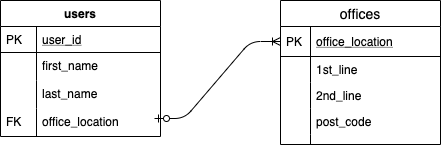
stevenj2019/QA_Flask_Project keeps this draw.io diagram as Documentation_rss/ERD.png. Above is the earlier version. Source tidied: cells renumbered, new cells last; positions are measured from the earlier drawing's top-left corner, leaving out a move shared by most shapes. Its diagram source:
```xml
<mxGraphModel>
  <root>
    <mxCell id="0" />
    <mxCell id="1" parent="0" />
    <mxCell id="2" value="users" style="swimlane;fontStyle=1;horizontal=1;startSize=26;rounded=0;shadow=0;strokeWidth=1;" parent="1" vertex="1">
      <mxGeometry width="160" height="136" as="geometry" />
    </mxCell>
    <mxCell id="3" value="user_id" style="shape=partialRectangle;top=0;left=0;right=0;bottom=1;align=left;verticalAlign=top;fillColor=none;spacingLeft=40;spacingRight=4;overflow=hidden;rounded=0;shadow=0;strokeWidth=1;fontStyle=4;" parent="2" vertex="1">
      <mxGeometry y="26" width="160" height="26" as="geometry" />
    </mxCell>
    <mxCell id="4" value="PK" style="shape=partialRectangle;top=0;left=0;bottom=0;fillColor=none;align=left;verticalAlign=top;spacingLeft=4;spacingRight=4;overflow=hidden;" parent="3" vertex="1">
      <mxGeometry width="36" height="26" as="geometry" />
    </mxCell>
    <mxCell id="5" value="first_name" style="shape=partialRectangle;top=0;left=0;right=0;bottom=0;align=left;verticalAlign=top;fillColor=none;spacingLeft=40;spacingRight=4;overflow=hidden;rounded=0;shadow=0;strokeWidth=1;" parent="2" vertex="1">
      <mxGeometry y="52" width="160" height="28" as="geometry" />
    </mxCell>
    <mxCell id="6" style="shape=partialRectangle;top=0;left=0;bottom=0;fillColor=none;align=left;verticalAlign=top;spacingLeft=4;spacingRight=4;overflow=hidden;" parent="5" vertex="1">
      <mxGeometry width="36" height="28" as="geometry" />
    </mxCell>
    <mxCell id="7" value="last_name" style="shape=partialRectangle;top=0;left=0;right=0;bottom=0;align=left;verticalAlign=top;fillColor=none;spacingLeft=40;spacingRight=4;overflow=hidden;rounded=0;shadow=0;strokeWidth=1;" parent="2" vertex="1">
      <mxGeometry y="80" width="160" height="28" as="geometry" />
    </mxCell>
    <mxCell id="8" style="shape=partialRectangle;top=0;left=0;bottom=0;fillColor=none;align=left;verticalAlign=top;spacingLeft=4;spacingRight=4;overflow=hidden;" parent="7" vertex="1">
      <mxGeometry width="36" height="28" as="geometry" />
    </mxCell>
    <mxCell id="9" value="office_location" style="shape=partialRectangle;top=0;left=0;right=0;bottom=0;align=left;verticalAlign=top;fillColor=none;spacingLeft=40;spacingRight=4;overflow=hidden;rounded=0;shadow=0;strokeWidth=1;" parent="2" vertex="1">
      <mxGeometry y="108" width="160" height="28" as="geometry" />
    </mxCell>
    <mxCell id="10" value="FK" style="shape=partialRectangle;top=0;left=0;bottom=0;fillColor=none;align=left;verticalAlign=top;spacingLeft=4;spacingRight=4;overflow=hidden;" parent="9" vertex="1">
      <mxGeometry width="36" height="28" as="geometry" />
    </mxCell>
    <mxCell id="11" value="offices" style="swimlane;fontStyle=0;horizontal=1;startSize=26;align=center;fontSize=14;" parent="1" vertex="1">
      <mxGeometry x="280" width="160" height="144" as="geometry" />
    </mxCell>
    <mxCell id="12" value="office_location" style="shape=partialRectangle;top=0;left=0;right=0;bottom=1;align=left;verticalAlign=middle;fillColor=none;spacingLeft=34;spacingRight=4;overflow=hidden;points=[[0,0.5],[1,0.5]];portConstraint=eastwest;fontStyle=4;fontSize=12;" parent="11" vertex="1">
      <mxGeometry y="26" width="160" height="30" as="geometry" />
    </mxCell>
    <mxCell id="13" value="PK" style="shape=partialRectangle;top=0;left=0;bottom=0;fillColor=none;align=left;verticalAlign=middle;spacingLeft=4;spacingRight=4;overflow=hidden;fontSize=12;" parent="12" vertex="1">
      <mxGeometry width="30" height="30" as="geometry" />
    </mxCell>
    <mxCell id="14" value="1st_line" style="shape=partialRectangle;top=0;left=0;right=0;bottom=0;align=left;verticalAlign=top;fillColor=none;spacingLeft=34;spacingRight=4;overflow=hidden;fontSize=12;" parent="11" vertex="1">
      <mxGeometry y="56" width="160" height="26" as="geometry" />
    </mxCell>
    <mxCell id="15" style="shape=partialRectangle;top=0;left=0;bottom=0;fillColor=none;align=left;verticalAlign=top;spacingLeft=4;spacingRight=4;overflow=hidden;fontSize=12;" parent="14" vertex="1">
      <mxGeometry width="30" height="26" as="geometry" />
    </mxCell>
    <mxCell id="16" value="2nd_line" style="shape=partialRectangle;top=0;left=0;right=0;bottom=0;align=left;verticalAlign=top;fillColor=none;spacingLeft=34;spacingRight=4;overflow=hidden;fontSize=12;" parent="11" vertex="1">
      <mxGeometry y="82" width="160" height="26" as="geometry" />
    </mxCell>
    <mxCell id="17" style="shape=partialRectangle;top=0;left=0;bottom=0;fillColor=none;align=left;verticalAlign=top;spacingLeft=4;spacingRight=4;overflow=hidden;fontSize=12;" parent="16" vertex="1">
      <mxGeometry width="30" height="26" as="geometry" />
    </mxCell>
    <mxCell id="18" value="post_code" style="shape=partialRectangle;top=0;left=0;right=0;bottom=0;align=left;verticalAlign=top;fillColor=none;spacingLeft=34;spacingRight=4;overflow=hidden;fontSize=12;" parent="11" vertex="1">
      <mxGeometry y="108" width="160" height="26" as="geometry" />
    </mxCell>
    <mxCell id="19" style="shape=partialRectangle;top=0;left=0;bottom=0;fillColor=none;align=left;verticalAlign=top;spacingLeft=4;spacingRight=4;overflow=hidden;fontSize=12;" parent="18" vertex="1">
      <mxGeometry width="30" height="26" as="geometry" />
    </mxCell>
    <mxCell id="20" style="shape=partialRectangle;top=0;left=0;right=0;bottom=0;align=left;verticalAlign=top;fillColor=none;spacingLeft=34;spacingRight=4;overflow=hidden;fontSize=12;" parent="11" vertex="1">
      <mxGeometry y="134" width="160" height="10" as="geometry" />
    </mxCell>
    <mxCell id="21" style="shape=partialRectangle;top=0;left=0;bottom=0;fillColor=none;align=left;verticalAlign=top;spacingLeft=4;spacingRight=4;overflow=hidden;fontSize=12;" parent="20" vertex="1">
      <mxGeometry width="30" height="10" as="geometry" />
    </mxCell>
    <mxCell id="22" style="edgeStyle=entityRelationEdgeStyle;fontSize=12;html=1;endArrow=ERoneToMany;startArrow=ERzeroToOne;entryX=0;entryY=0.5;entryDx=0;entryDy=0;" parent="1" edge="1" target="12">
      <mxGeometry relative="1" as="geometry">
        <mxPoint x="154" y="118" as="sourcePoint" />
      </mxGeometry>
    </mxCell>
  </root>
</mxGraphModel>
```
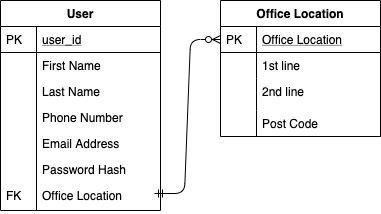
Later version of the same file.

Diff of the diagram source:
```diff
@@ -2,8 +2,8 @@
   <root>
     <mxCell id="0" />
     <mxCell id="1" parent="0" />
-    <mxCell id="2" value="users" style="swimlane;fontStyle=1;horizontal=1;startSize=26;rounded=0;shadow=0;strokeWidth=1;" parent="1" vertex="1">
-      <mxGeometry width="160" height="136" as="geometry" />
+    <mxCell id="2" value="User" style="swimlane;fontStyle=1;horizontal=1;startSize=26;rounded=0;shadow=0;strokeWidth=1;" parent="1" vertex="1">
+      <mxGeometry width="160" height="210" as="geometry" />
     </mxCell>
     <mxCell id="3" value="user_id" style="shape=partialRectangle;top=0;left=0;right=0;bottom=1;align=left;verticalAlign=top;fillColor=none;spacingLeft=40;spacingRight=4;overflow=hidden;rounded=0;shadow=0;strokeWidth=1;fontStyle=4;" parent="2" vertex="1">
       <mxGeometry y="26" width="160" height="26" as="geometry" />
@@ -11,61 +11,73 @@
     <mxCell id="4" value="PK" style="shape=partialRectangle;top=0;left=0;bottom=0;fillColor=none;align=left;verticalAlign=top;spacingLeft=4;spacingRight=4;overflow=hidden;" parent="3" vertex="1">
       <mxGeometry width="36" height="26" as="geometry" />
     </mxCell>
-    <mxCell id="5" value="first_name" style="shape=partialRectangle;top=0;left=0;right=0;bottom=0;align=left;verticalAlign=top;fillColor=none;spacingLeft=40;spacingRight=4;overflow=hidden;rounded=0;shadow=0;strokeWidth=1;" parent="2" vertex="1">
-      <mxGeometry y="52" width="160" height="28" as="geometry" />
+    <mxCell id="5" value="First Name" style="shape=partialRectangle;top=0;left=0;right=0;bottom=0;align=left;verticalAlign=top;fillColor=none;spacingLeft=40;spacingRight=4;overflow=hidden;rounded=0;shadow=0;strokeWidth=1;" parent="2" vertex="1">
+      <mxGeometry y="52" width="160" height="158" as="geometry" />
     </mxCell>
     <mxCell id="6" style="shape=partialRectangle;top=0;left=0;bottom=0;fillColor=none;align=left;verticalAlign=top;spacingLeft=4;spacingRight=4;overflow=hidden;" parent="5" vertex="1">
-      <mxGeometry width="36" height="28" as="geometry" />
+      <mxGeometry width="36" height="158" as="geometry" />
     </mxCell>
-    <mxCell id="7" value="last_name" style="shape=partialRectangle;top=0;left=0;right=0;bottom=0;align=left;verticalAlign=top;fillColor=none;spacingLeft=40;spacingRight=4;overflow=hidden;rounded=0;shadow=0;strokeWidth=1;" parent="2" vertex="1">
-      <mxGeometry y="80" width="160" height="28" as="geometry" />
-    </mxCell>
-    <mxCell id="8" style="shape=partialRectangle;top=0;left=0;bottom=0;fillColor=none;align=left;verticalAlign=top;spacingLeft=4;spacingRight=4;overflow=hidden;" parent="7" vertex="1">
-      <mxGeometry width="36" height="28" as="geometry" />
-    </mxCell>
-    <mxCell id="9" value="office_location" style="shape=partialRectangle;top=0;left=0;right=0;bottom=0;align=left;verticalAlign=top;fillColor=none;spacingLeft=40;spacingRight=4;overflow=hidden;rounded=0;shadow=0;strokeWidth=1;" parent="2" vertex="1">
-      <mxGeometry y="108" width="160" height="28" as="geometry" />
-    </mxCell>
+    <mxCell id="23" value="Last Name" style="shape=partialRectangle;top=0;left=0;right=0;bottom=0;align=left;verticalAlign=top;fillColor=none;spacingLeft=40;spacingRight=4;overflow=hidden;rounded=0;shadow=0;strokeWidth=1;" parent="1" vertex="1">
+      <mxGeometry y="78" width="160" height="26" as="geometry" />
+    </mxCell>
+    <mxCell id="24" style="shape=partialRectangle;top=0;left=0;bottom=0;fillColor=none;align=left;verticalAlign=top;spacingLeft=4;spacingRight=4;overflow=hidden;" parent="23" vertex="1">
+      <mxGeometry width="36" height="26" as="geometry" />
+    </mxCell>
+    <mxCell id="25" value="Phone Number" style="shape=partialRectangle;top=0;left=0;right=0;bottom=0;align=left;verticalAlign=top;fillColor=none;spacingLeft=40;spacingRight=4;overflow=hidden;rounded=0;shadow=0;strokeWidth=1;" parent="1" vertex="1">
+      <mxGeometry y="104" width="160" height="26" as="geometry" />
+    </mxCell>
+    <mxCell id="26" style="shape=partialRectangle;top=0;left=0;bottom=0;fillColor=none;align=left;verticalAlign=top;spacingLeft=4;spacingRight=4;overflow=hidden;" parent="25" vertex="1">
+      <mxGeometry width="36" height="26" as="geometry" />
+    </mxCell>
+    <mxCell id="27" value="Email Address" style="shape=partialRectangle;top=0;left=0;right=0;bottom=0;align=left;verticalAlign=top;fillColor=none;spacingLeft=40;spacingRight=4;overflow=hidden;rounded=0;shadow=0;strokeWidth=1;" parent="1" vertex="1">
+      <mxGeometry y="130" width="160" height="26" as="geometry" />
+    </mxCell>
+    <mxCell id="28" style="shape=partialRectangle;top=0;left=0;bottom=0;fillColor=none;align=left;verticalAlign=top;spacingLeft=4;spacingRight=4;overflow=hidden;" parent="27" vertex="1">
+      <mxGeometry width="36" height="26" as="geometry" />
+    </mxCell>
+    <mxCell id="29" value="Password Hash" style="shape=partialRectangle;top=0;left=0;right=0;bottom=0;align=left;verticalAlign=top;fillColor=none;spacingLeft=40;spacingRight=4;overflow=hidden;rounded=0;shadow=0;strokeWidth=1;" parent="1" vertex="1">
+      <mxGeometry y="156" width="160" height="26" as="geometry" />
+    </mxCell>
+    <mxCell id="30" style="shape=partialRectangle;top=0;left=0;bottom=0;fillColor=none;align=left;verticalAlign=top;spacingLeft=4;spacingRight=4;overflow=hidden;" parent="29" vertex="1">
+      <mxGeometry width="36" height="26" as="geometry" />
+    </mxCell>
+    <mxCell id="31" value="Office Location" style="shape=partialRectangle;top=0;left=0;right=0;bottom=0;align=left;verticalAlign=top;fillColor=none;spacingLeft=40;spacingRight=4;overflow=hidden;rounded=0;shadow=0;strokeWidth=1;" parent="1" vertex="1">
+      <mxGeometry y="182" width="160" height="26" as="geometry" />
+    </mxCell>
-    <mxCell id="10" value="FK" style="shape=partialRectangle;top=0;left=0;bottom=0;fillColor=none;align=left;verticalAlign=top;spacingLeft=4;spacingRight=4;overflow=hidden;" parent="9" vertex="1">
-      <mxGeometry width="36" height="28" as="geometry" />
+    <mxCell id="10" value="FK" style="shape=partialRectangle;top=0;left=0;bottom=0;fillColor=none;align=left;verticalAlign=top;spacingLeft=4;spacingRight=4;overflow=hidden;" parent="31" vertex="1">
+      <mxGeometry width="36" height="26" as="geometry" />
     </mxCell>
-    <mxCell id="11" value="offices" style="swimlane;fontStyle=0;horizontal=1;startSize=26;align=center;fontSize=14;" parent="1" vertex="1">
-      <mxGeometry x="280" width="160" height="144" as="geometry" />
-    </mxCell>
-    <mxCell id="12" value="office_location" style="shape=partialRectangle;top=0;left=0;right=0;bottom=1;align=left;verticalAlign=middle;fillColor=none;spacingLeft=34;spacingRight=4;overflow=hidden;points=[[0,0.5],[1,0.5]];portConstraint=eastwest;fontStyle=4;fontSize=12;" parent="11" vertex="1">
-      <mxGeometry y="26" width="160" height="30" as="geometry" />
-    </mxCell>
+    <mxCell id="32" style="edgeStyle=entityRelationEdgeStyle;fontSize=12;html=1;endArrow=ERzeroToMany;startArrow=ERmandOne;entryX=0;entryY=0.5;entryDx=0;entryDy=0;" parent="1" edge="1" target="34">
+      <mxGeometry relative="1" as="geometry">
+        <mxPoint x="154" y="193" as="sourcePoint" />
+      </mxGeometry>
+    </mxCell>
+    <mxCell id="33" value="Office Location" style="swimlane;fontStyle=1;horizontal=1;startSize=26;rounded=0;shadow=0;strokeWidth=1;" parent="1" vertex="1">
+      <mxGeometry x="220" width="160" height="136" as="geometry" />
+    </mxCell>
+    <mxCell id="34" value="Office Location" style="shape=partialRectangle;top=0;left=0;right=0;bottom=1;align=left;verticalAlign=top;fillColor=none;spacingLeft=40;spacingRight=4;overflow=hidden;points=[[0,0.5],[1,0.5]];portConstraint=eastwest;rounded=0;shadow=0;strokeWidth=1;fontStyle=4;" parent="33" vertex="1">
+      <mxGeometry y="26" width="160" height="26" as="geometry" />
+    </mxCell>
-    <mxCell id="13" value="PK" style="shape=partialRectangle;top=0;left=0;bottom=0;fillColor=none;align=left;verticalAlign=middle;spacingLeft=4;spacingRight=4;overflow=hidden;fontSize=12;" parent="12" vertex="1">
-      <mxGeometry width="30" height="30" as="geometry" />
+    <mxCell id="13" value="PK" style="shape=partialRectangle;top=0;left=0;bottom=0;fillColor=none;align=left;verticalAlign=top;spacingLeft=4;spacingRight=4;overflow=hidden;" parent="34" vertex="1">
+      <mxGeometry width="36" height="26" as="geometry" />
     </mxCell>
-    <mxCell id="14" value="1st_line" style="shape=partialRectangle;top=0;left=0;right=0;bottom=0;align=left;verticalAlign=top;fillColor=none;spacingLeft=34;spacingRight=4;overflow=hidden;fontSize=12;" parent="11" vertex="1">
-      <mxGeometry y="56" width="160" height="26" as="geometry" />
-    </mxCell>
-    <mxCell id="15" style="shape=partialRectangle;top=0;left=0;bottom=0;fillColor=none;align=left;verticalAlign=top;spacingLeft=4;spacingRight=4;overflow=hidden;fontSize=12;" parent="14" vertex="1">
-      <mxGeometry width="30" height="26" as="geometry" />
-    </mxCell>
-    <mxCell id="16" value="2nd_line" style="shape=partialRectangle;top=0;left=0;right=0;bottom=0;align=left;verticalAlign=top;fillColor=none;spacingLeft=34;spacingRight=4;overflow=hidden;fontSize=12;" parent="11" vertex="1">
-      <mxGeometry y="82" width="160" height="26" as="geometry" />
-    </mxCell>
-    <mxCell id="17" style="shape=partialRectangle;top=0;left=0;bottom=0;fillColor=none;align=left;verticalAlign=top;spacingLeft=4;spacingRight=4;overflow=hidden;fontSize=12;" parent="16" vertex="1">
-      <mxGeometry width="30" height="26" as="geometry" />
-    </mxCell>
-    <mxCell id="18" value="post_code" style="shape=partialRectangle;top=0;left=0;right=0;bottom=0;align=left;verticalAlign=top;fillColor=none;spacingLeft=34;spacingRight=4;overflow=hidden;fontSize=12;" parent="11" vertex="1">
-      <mxGeometry y="108" width="160" height="26" as="geometry" />
-    </mxCell>
-    <mxCell id="19" style="shape=partialRectangle;top=0;left=0;bottom=0;fillColor=none;align=left;verticalAlign=top;spacingLeft=4;spacingRight=4;overflow=hidden;fontSize=12;" parent="18" vertex="1">
-      <mxGeometry width="30" height="26" as="geometry" />
-    </mxCell>
-    <mxCell id="20" style="shape=partialRectangle;top=0;left=0;right=0;bottom=0;align=left;verticalAlign=top;fillColor=none;spacingLeft=34;spacingRight=4;overflow=hidden;fontSize=12;" parent="11" vertex="1">
-      <mxGeometry y="134" width="160" height="10" as="geometry" />
-    </mxCell>
-    <mxCell id="21" style="shape=partialRectangle;top=0;left=0;bottom=0;fillColor=none;align=left;verticalAlign=top;spacingLeft=4;spacingRight=4;overflow=hidden;fontSize=12;" parent="20" vertex="1">
-      <mxGeometry width="30" height="10" as="geometry" />
-    </mxCell>
-    <mxCell id="22" style="edgeStyle=entityRelationEdgeStyle;fontSize=12;html=1;endArrow=ERoneToMany;startArrow=ERzeroToOne;entryX=0;entryY=0.5;entryDx=0;entryDy=0;" parent="1" edge="1" target="12">
-      <mxGeometry relative="1" as="geometry">
-        <mxPoint x="154" y="118" as="sourcePoint" />
-      </mxGeometry>
-    </mxCell>
+    <mxCell id="35" value="1st line" style="shape=partialRectangle;top=0;left=0;right=0;bottom=0;align=left;verticalAlign=top;fillColor=none;spacingLeft=40;spacingRight=4;overflow=hidden;rounded=0;shadow=0;strokeWidth=1;" parent="33" vertex="1">
+      <mxGeometry y="52" width="160" height="26" as="geometry" />
+    </mxCell>
+    <mxCell id="36" style="shape=partialRectangle;top=0;left=0;bottom=0;fillColor=none;align=left;verticalAlign=top;spacingLeft=4;spacingRight=4;overflow=hidden;" parent="35" vertex="1">
+      <mxGeometry width="36" height="26" as="geometry" />
+    </mxCell>
+    <mxCell id="37" value="2nd line" style="shape=partialRectangle;top=0;left=0;right=0;bottom=0;align=left;verticalAlign=top;fillColor=none;spacingLeft=40;spacingRight=4;overflow=hidden;rounded=0;shadow=0;strokeWidth=1;" parent="33" vertex="1">
+      <mxGeometry y="78" width="160" height="32" as="geometry" />
+    </mxCell>
+    <mxCell id="38" style="shape=partialRectangle;top=0;left=0;bottom=0;fillColor=none;align=left;verticalAlign=top;spacingLeft=4;spacingRight=4;overflow=hidden;" parent="37" vertex="1">
+      <mxGeometry width="36" height="32" as="geometry" />
+    </mxCell>
+    <mxCell id="39" value="Post Code" style="shape=partialRectangle;top=0;left=0;right=0;bottom=0;align=left;verticalAlign=top;fillColor=none;spacingLeft=40;spacingRight=4;overflow=hidden;rounded=0;shadow=0;strokeWidth=1;" parent="33" vertex="1">
+      <mxGeometry y="110" width="160" height="26" as="geometry" />
+    </mxCell>
+    <mxCell id="40" style="shape=partialRectangle;top=0;left=0;bottom=0;fillColor=none;align=left;verticalAlign=top;spacingLeft=4;spacingRight=4;overflow=hidden;" parent="39" vertex="1">
+      <mxGeometry width="36" height="26" as="geometry" />
+    </mxCell>
   </root>
 </mxGraphModel>
```
